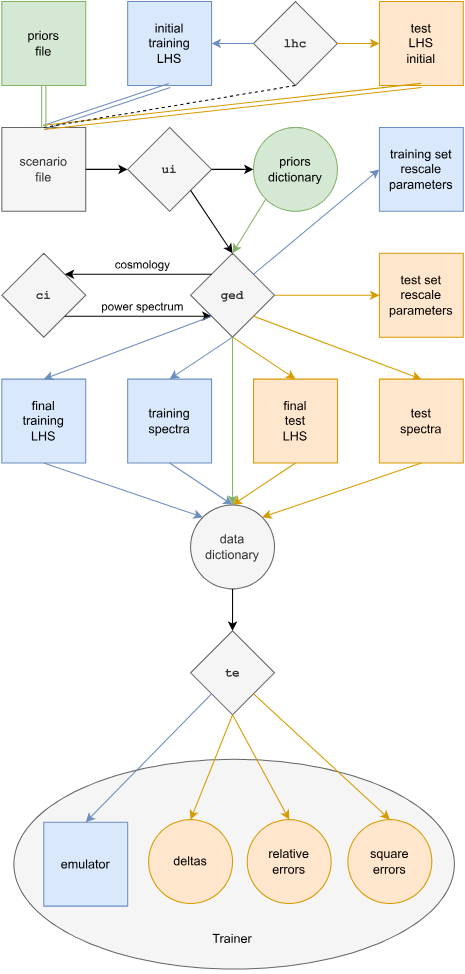
This is thesis_paper/res/chap4/flow_chart.svg from 3276908917/Master, a draw.io export, as it was before one commit. Source tidied: cells renumbered, new cells last; positions are measured from the earlier drawing's top-left corner, leaving out a move shared by most shapes.
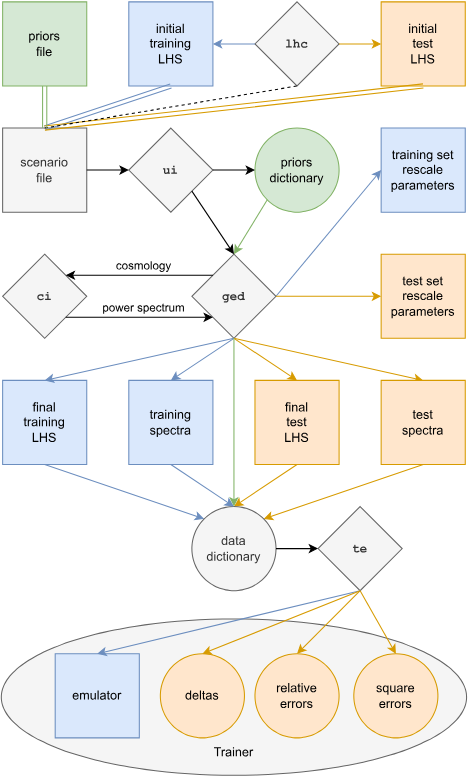
Later version of the same file.

Commit message:
One more flow chart redo

Looks like 5.3 is complete now. Moving on to 5.4-6

What changed in the source:
```diff
@@ -3,7 +3,7 @@
     <mxCell id="0" />
     <mxCell id="1" parent="0" />
     <mxCell id="2" style="ellipse;whiteSpace=wrap;html=1;fillColor=#f5f5f5;fontColor=#333333;strokeColor=#666666;rotation=-90;" parent="1" vertex="1">
-      <mxGeometry x="121.5" y="612.5" width="200" height="420" as="geometry" />
+      <mxGeometry x="145.6" y="440" width="148.8" height="442.5" as="geometry" />
     </mxCell>
     <mxCell id="3" value="&lt;div&gt;scenario&lt;/div&gt;&lt;div&gt;file&lt;br&gt;&lt;/div&gt;" style="whiteSpace=wrap;html=1;fillColor=#f5f5f5;fontColor=#333333;strokeColor=#666666;" parent="1" vertex="1">
       <mxGeometry y="120" width="80" height="80" as="geometry" />
@@ -20,7 +20,7 @@
     <mxCell id="7" value="&lt;div&gt;initial&lt;br&gt;&lt;/div&gt;&lt;div&gt;training&lt;/div&gt;&lt;div&gt;LHS&lt;/div&gt;" style="whiteSpace=wrap;html=1;fillColor=#dae8fc;strokeColor=#6c8ebf;" parent="1" vertex="1">
       <mxGeometry x="120" width="80" height="80" as="geometry" />
     </mxCell>
-    <mxCell id="8" value="&lt;div&gt;test&lt;/div&gt;&lt;div&gt;LHS&lt;/div&gt;&lt;div&gt;initial&lt;br&gt;&lt;/div&gt;" style="whiteSpace=wrap;html=1;fillColor=#ffe6cc;strokeColor=#d79b00;" parent="1" vertex="1">
+    <mxCell id="8" value="&lt;div&gt;initial&lt;br&gt;&lt;/div&gt;&lt;div&gt;test&lt;/div&gt;&lt;div&gt;LHS&lt;/div&gt;" style="whiteSpace=wrap;html=1;fillColor=#ffe6cc;strokeColor=#d79b00;" parent="1" vertex="1">
       <mxGeometry x="360" width="80" height="80" as="geometry" />
     </mxCell>
     <mxCell id="9" style="endArrow=classic;html=1;rounded=0;exitX=0;exitY=0.5;exitDx=0;exitDy=0;entryX=1;entryY=0.5;entryDx=0;entryDy=0;fillColor=#dae8fc;strokeColor=#6c8ebf;" parent="1" edge="1" source="6" target="7">
@@ -63,7 +63,7 @@
         <mxPoint x="-23" y="-10" as="offset" />
       </mxGeometry>
     </mxCell>
-    <mxCell id="21" style="endArrow=classic;html=1;rounded=0;exitX=1;exitY=1;exitDx=0;exitDy=0;entryX=0.5;entryY=0;entryDx=0;entryDy=0;fillColor=#ffe6cc;strokeColor=#d79b00;" parent="1" edge="1" source="5" target="27">
+    <mxCell id="21" style="endArrow=classic;html=1;rounded=0;exitX=0.5;exitY=1;exitDx=0;exitDy=0;entryX=0.5;entryY=0;entryDx=0;entryDy=0;fillColor=#ffe6cc;strokeColor=#d79b00;" parent="1" edge="1" source="5" target="27">
       <mxGeometry relative="1" as="geometry" />
     </mxCell>
     <mxCell id="22" value="&lt;div&gt;test set&lt;br&gt;&lt;/div&gt;&lt;div&gt;rescale&lt;/div&gt;&lt;div&gt;parameters&lt;br&gt;&lt;/div&gt;" style="whiteSpace=wrap;html=1;fillColor=#ffe6cc;strokeColor=#d79b00;" parent="1" vertex="1">
@@ -72,7 +72,7 @@
     <mxCell id="23" value="&lt;div&gt;training set&lt;/div&gt;&lt;div&gt;rescale&lt;/div&gt;&lt;div&gt;parameters&lt;br&gt;&lt;/div&gt;" style="whiteSpace=wrap;html=1;fillColor=#dae8fc;strokeColor=#6c8ebf;" parent="1" vertex="1">
       <mxGeometry x="360" y="120" width="80" height="80" as="geometry" />
     </mxCell>
-    <mxCell id="24" style="endArrow=classic;html=1;rounded=0;exitX=1;exitY=0;exitDx=0;exitDy=0;entryX=0;entryY=0.5;entryDx=0;entryDy=0;fillColor=#dae8fc;strokeColor=#6c8ebf;" parent="1" edge="1" source="5" target="23">
+    <mxCell id="24" style="endArrow=classic;html=1;rounded=0;exitX=1;exitY=0.5;exitDx=0;exitDy=0;entryX=0;entryY=0.5;entryDx=0;entryDy=0;fillColor=#dae8fc;strokeColor=#6c8ebf;" parent="1" edge="1" source="5" target="23">
       <mxGeometry relative="1" as="geometry" />
     </mxCell>
     <mxCell id="25" style="endArrow=classic;html=1;rounded=0;exitX=1;exitY=0.5;exitDx=0;exitDy=0;entryX=0;entryY=0.5;entryDx=0;entryDy=0;fillColor=#ffe6cc;strokeColor=#d79b00;" parent="1" edge="1" source="5" target="22">
@@ -88,7 +88,7 @@
       <mxGeometry relative="1" as="geometry" />
     </mxCell>
     <mxCell id="29" value="&lt;b&gt;&lt;font face=&quot;Courier New&quot;&gt;te&lt;/font&gt;&lt;/b&gt;" style="rhombus;whiteSpace=wrap;html=1;fillColor=#f5f5f5;fontColor=#333333;strokeColor=#666666;" parent="1" vertex="1">
-      <mxGeometry x="180" y="600" width="80" height="80" as="geometry" />
+      <mxGeometry x="300" y="480" width="80" height="80" as="geometry" />
     </mxCell>
     <mxCell id="30" style="endArrow=classic;html=1;rounded=0;exitX=0.5;exitY=1;exitDx=0;exitDy=0;entryX=0.5;entryY=0;entryDx=0;entryDy=0;fillColor=#dae8fc;strokeColor=#6c8ebf;" parent="1" edge="1" source="5" target="26">
       <mxGeometry relative="1" as="geometry" />
@@ -97,13 +97,13 @@
       <mxGeometry relative="1" as="geometry" />
     </mxCell>
     <mxCell id="32" value="deltas" style="ellipse;whiteSpace=wrap;html=1;fillColor=#ffe6cc;strokeColor=#d79b00;" parent="1" vertex="1">
-      <mxGeometry x="140" y="780" width="80" height="80" as="geometry" />
+      <mxGeometry x="150" y="620" width="80" height="80" as="geometry" />
     </mxCell>
     <mxCell id="33" value="&lt;div&gt;relative&lt;/div&gt;&lt;div&gt;errors&lt;br&gt;&lt;/div&gt;" style="ellipse;whiteSpace=wrap;html=1;fillColor=#ffe6cc;strokeColor=#d79b00;" parent="1" vertex="1">
-      <mxGeometry x="234" y="780" width="80" height="80" as="geometry" />
+      <mxGeometry x="240" y="620" width="80" height="80" as="geometry" />
     </mxCell>
     <mxCell id="34" value="&lt;div&gt;square&lt;/div&gt;&lt;div&gt;errors&lt;br&gt;&lt;/div&gt;" style="ellipse;whiteSpace=wrap;html=1;fillColor=#ffe6cc;strokeColor=#d79b00;" parent="1" vertex="1">
-      <mxGeometry x="330" y="780" width="80" height="80" as="geometry" />
+      <mxGeometry x="334" y="620" width="80" height="80" as="geometry" />
     </mxCell>
     <mxCell id="35" style="endArrow=classic;html=1;rounded=0;entryX=1;entryY=0;entryDx=0;entryDy=0;exitX=0.5;exitY=1;exitDx=0;exitDy=0;fillColor=#ffe6cc;strokeColor=#d79b00;" parent="1" edge="1" source="27" target="41">
       <mxGeometry relative="1" as="geometry" />
@@ -111,22 +111,22 @@
     <mxCell id="36" style="endArrow=classic;html=1;rounded=0;entryX=0.5;entryY=0;entryDx=0;entryDy=0;fillColor=#ffe6cc;strokeColor=#d79b00;exitX=0.5;exitY=1;exitDx=0;exitDy=0;" parent="1" edge="1" source="29" target="33">
       <mxGeometry relative="1" as="geometry" />
     </mxCell>
-    <mxCell id="37" style="endArrow=classic;html=1;rounded=0;exitX=1;exitY=1;exitDx=0;exitDy=0;entryX=0.5;entryY=0;entryDx=0;entryDy=0;fillColor=#ffe6cc;strokeColor=#d79b00;" parent="1" edge="1" source="29" target="34">
+    <mxCell id="37" style="endArrow=classic;html=1;rounded=0;exitX=0.5;exitY=1;exitDx=0;exitDy=0;entryX=0.5;entryY=0;entryDx=0;entryDy=0;fillColor=#ffe6cc;strokeColor=#d79b00;" parent="1" edge="1" source="29" target="34">
       <mxGeometry relative="1" as="geometry" />
     </mxCell>
     <mxCell id="38" value="emulator" style="whiteSpace=wrap;html=1;fillColor=#dae8fc;strokeColor=#6c8ebf;" parent="1" vertex="1">
-      <mxGeometry x="40" y="782.5" width="80" height="80" as="geometry" />
+      <mxGeometry x="50" y="620" width="80" height="80" as="geometry" />
     </mxCell>
-    <mxCell id="39" style="endArrow=classic;html=1;rounded=0;exitX=0;exitY=1;exitDx=0;exitDy=0;entryX=0.5;entryY=0;entryDx=0;entryDy=0;fillColor=#dae8fc;strokeColor=#6c8ebf;" parent="1" edge="1" source="29" target="38">
+    <mxCell id="39" style="endArrow=classic;html=1;rounded=0;exitX=0.5;exitY=1;exitDx=0;exitDy=0;entryX=0.5;entryY=0;entryDx=0;entryDy=0;fillColor=#dae8fc;strokeColor=#6c8ebf;" parent="1" edge="1" source="29" target="38">
       <mxGeometry relative="1" as="geometry" />
     </mxCell>
     <mxCell id="40" value="Trainer" style="text;strokeColor=none;fillColor=none;align=center;verticalAlign=top;spacingLeft=4;spacingRight=4;overflow=hidden;whiteSpace=wrap;html=1;" parent="1" vertex="1">
-      <mxGeometry x="190" y="880" width="60" height="30" as="geometry" />
+      <mxGeometry x="190" y="700" width="60" height="30" as="geometry" />
     </mxCell>
     <mxCell id="41" value="&lt;div&gt;data&lt;/div&gt;&lt;div&gt;dictionary&lt;br&gt;&lt;/div&gt;" style="ellipse;whiteSpace=wrap;html=1;fillColor=#f5f5f5;fontColor=#333333;strokeColor=#666666;" parent="1" vertex="1">
       <mxGeometry x="180" y="480" width="80" height="80" as="geometry" />
     </mxCell>
-    <mxCell id="42" style="endArrow=classic;html=1;rounded=0;exitX=0.5;exitY=1;exitDx=0;exitDy=0;entryX=0.5;entryY=0;entryDx=0;entryDy=0;" parent="1" edge="1" source="41" target="29">
+    <mxCell id="42" style="endArrow=classic;html=1;rounded=0;exitX=1;exitY=0.5;exitDx=0;exitDy=0;entryX=0;entryY=0.5;entryDx=0;entryDy=0;" parent="1" edge="1" source="41" target="29">
       <mxGeometry relative="1" as="geometry" />
     </mxCell>
     <mxCell id="43" value="&lt;div&gt;priors&lt;/div&gt;&lt;div&gt;file&lt;br&gt;&lt;/div&gt;" style="whiteSpace=wrap;html=1;fillColor=#d5e8d4;strokeColor=#82b366;" parent="1" vertex="1">
@@ -147,7 +147,7 @@
     <mxCell id="48" value="&lt;div&gt;final&lt;br&gt;&lt;/div&gt;&lt;div&gt;training&lt;/div&gt;&lt;div&gt;LHS&lt;/div&gt;" style="whiteSpace=wrap;html=1;fillColor=#dae8fc;strokeColor=#6c8ebf;" parent="1" vertex="1">
       <mxGeometry y="360" width="80" height="80" as="geometry" />
     </mxCell>
-    <mxCell id="49" style="endArrow=classic;html=1;rounded=0;exitX=0;exitY=1;exitDx=0;exitDy=0;entryX=0.5;entryY=0;entryDx=0;entryDy=0;fillColor=#dae8fc;strokeColor=#6c8ebf;" parent="1" edge="1" source="5" target="48">
+    <mxCell id="49" style="endArrow=classic;html=1;rounded=0;exitX=0.5;exitY=1;exitDx=0;exitDy=0;entryX=0.5;entryY=0;entryDx=0;entryDy=0;fillColor=#dae8fc;strokeColor=#6c8ebf;" parent="1" edge="1" source="5" target="48">
       <mxGeometry relative="1" as="geometry" />
     </mxCell>
     <mxCell id="50" style="endArrow=classic;html=1;rounded=0;exitX=0.5;exitY=1;exitDx=0;exitDy=0;entryX=0.5;entryY=0;entryDx=0;entryDy=0;fillColor=#ffe6cc;strokeColor=#d79b00;" parent="1" edge="1" source="5" target="47">
```
